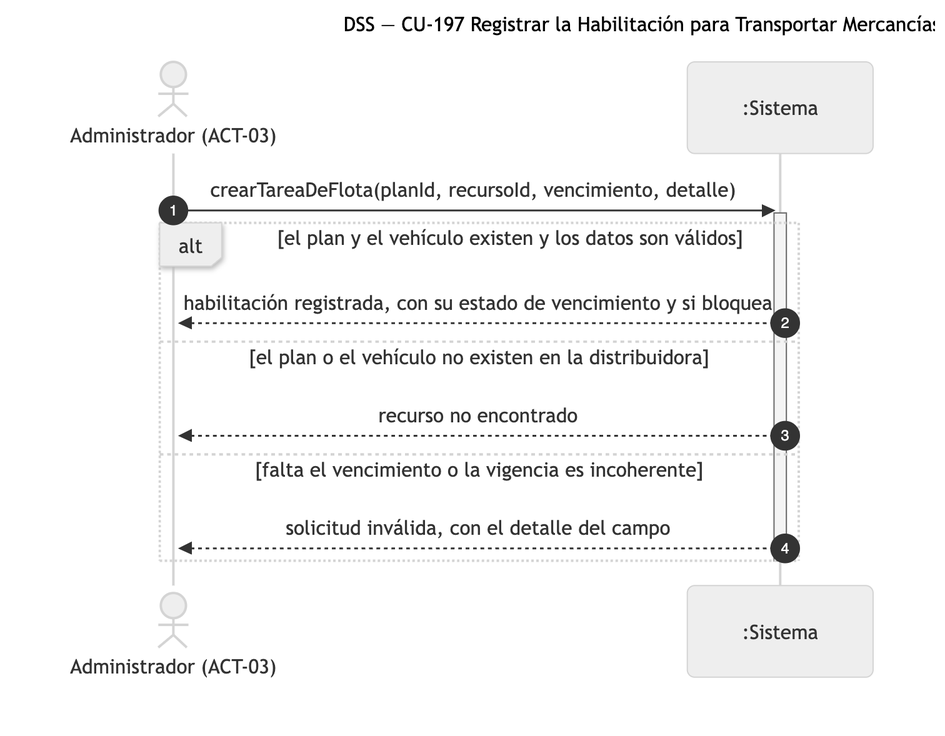
Nahuelito-Dev/splg-docs keeps this Mermaid diagram as diagramas/png/DSS_CU-197_Registrar-la-Habilitacion-para-Transportar-Mercancias-Peligrosas.png. Above is the earlier version. Its source is kept beside it as diagramas/DSS_CU-197_Registrar-la-Habilitacion-para-Transportar-Mercancias-Peligrosas.mmd.
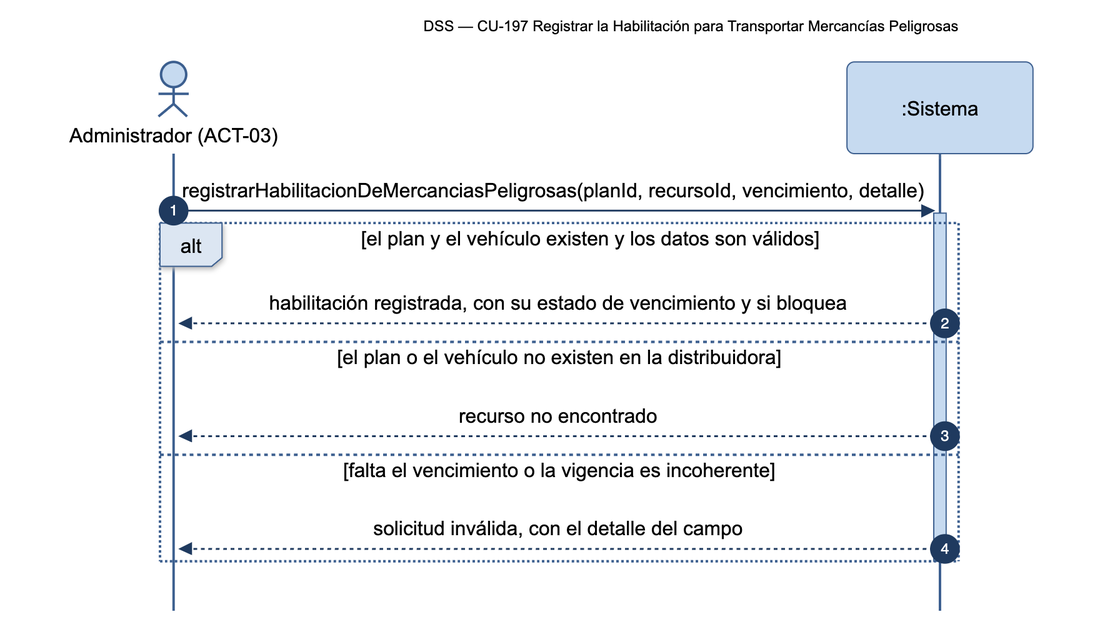
The same file after the commit.

What changed in the source:
```diff
@@ -4,7 +4,7 @@
     actor ADM as Administrador (ACT-03)
     participant SIS as :Sistema
 
-    ADM->>SIS: crearTareaDeFlota(planId, recursoId, vencimiento, detalle)
+    ADM->>SIS: registrarHabilitacionDeMercanciasPeligrosas(planId, recursoId, vencimiento, detalle)
     activate SIS
     alt el plan y el vehículo existen y los datos son válidos
         SIS-->>ADM: habilitación registrada, con su estado de vencimiento y si bloquea
```
